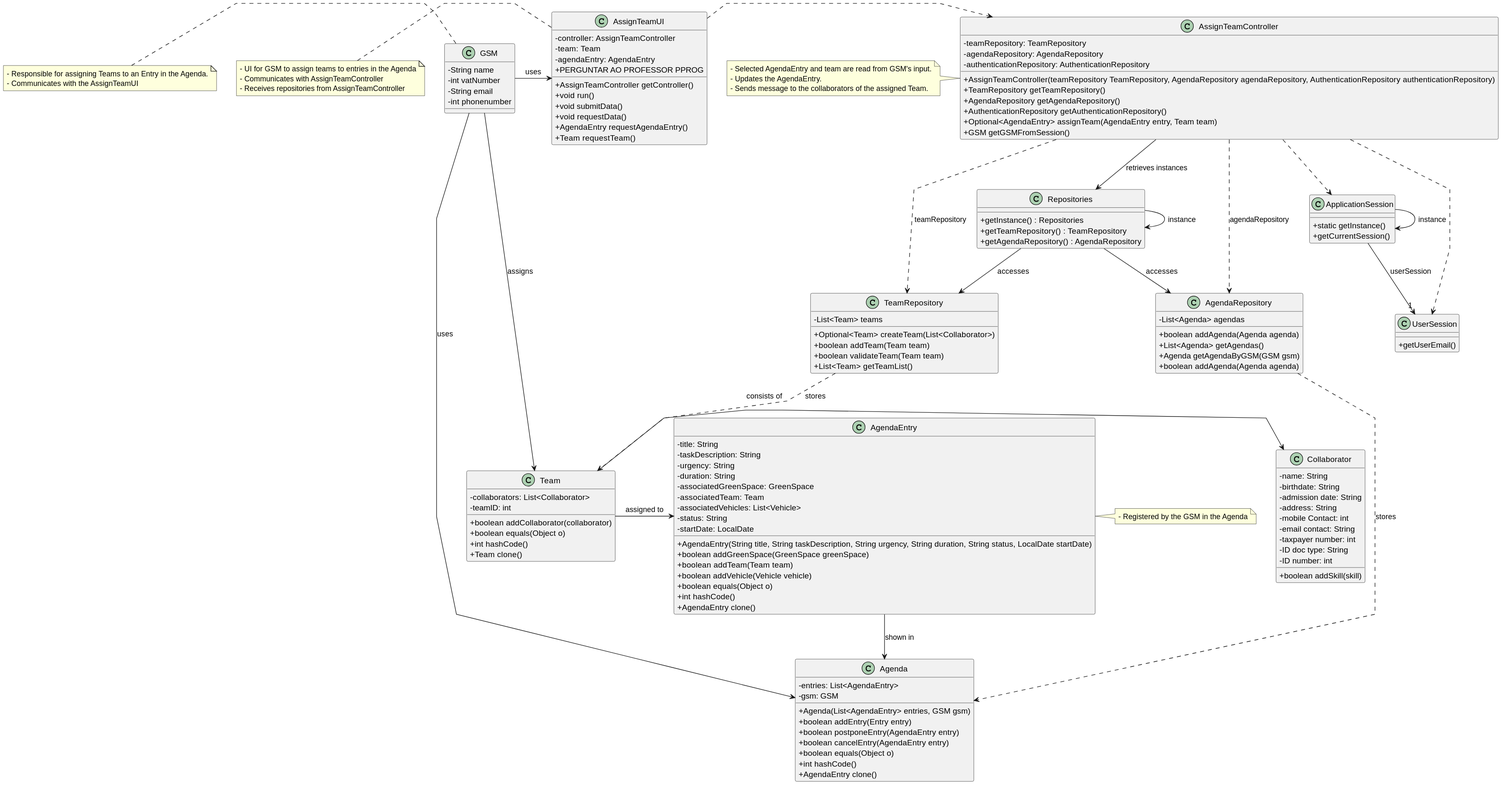
tiagosoa/lei-24-s2-1dgh-g073 keeps this PlantUML diagram as docs/sprint3/us023/03.design/svg/us023-class-diagram.svg. Above is the earlier version. The source it was exported from:
```plantuml
@startuml
skinparam packageStyle rectangle
skinparam shadowing false
skinparam linetype polyline

skinparam classAttributeIconSize 0

class ApplicationSession
{
    + static getInstance()
    + getCurrentSession()
}

class UserSession
{
    + getUserEmail()
}

class Team {
    - collaborators: List<Collaborator>
    - teamID: int
    + boolean addCollaborator(collaborator)
    + boolean equals(Object o)
    + int hashCode()
    + Team clone()
}

class TeamRepository {
       - List<Team> teams
       + Optional<Team> createTeam(List<Collaborator>)
       + boolean addTeam(Team team)
       + boolean validateTeam(Team team)
       + List<Team> getTeamList()
}

class Collaborator {
    - name: String
    - birthdate: String
    - admission date: String
    - address: String
    - mobile Contact: int
    - email contact: String
    - taxpayer number: int
    - ID doc type: String
    - ID number: int
    + boolean addSkill(skill)
}

class AgendaEntry {
    - title: String
    - taskDescription: String
    - urgency: String
    - duration: String
    - associatedGreenSpace: GreenSpace
    - associatedTeam: Team
    - associatedVehicles: List<Vehicle>
    - status: String
    - startDate: LocalDate
    + AgendaEntry(String title, String taskDescription, String urgency, String duration, String status, LocalDate startDate)
    + boolean addGreenSpace(GreenSpace greenSpace)
    + boolean addTeam(Team team)
    + boolean addVehicle(Vehicle vehicle)
    + boolean equals(Object o)
    + int hashCode()
    + AgendaEntry clone()
}

class Agenda {
    - entries: List<AgendaEntry>
    - gsm: GSM
    + Agenda(List<AgendaEntry> entries, GSM gsm)
    + boolean addEntry(Entry entry)
    + boolean postponeEntry(AgendaEntry entry)
    + boolean cancelEntry(AgendaEntry entry)
    + boolean equals(Object o)
    + int hashCode()
    + AgendaEntry clone()
}

class AgendaRepository {
  - List<Agenda> agendas
  + boolean addAgenda(Agenda agenda)
  + List<Agenda> getAgendas()
  + Agenda getAgendaByGSM(GSM gsm)
  + boolean addAgenda(Agenda agenda)
}

class Repositories {
  + getInstance() : Repositories
  + getTeamRepository() : TeamRepository
  + getAgendaRepository() : AgendaRepository
}

class AssignTeamUI {
  - controller: AssignTeamController
  - team: Team
  - agendaEntry: AgendaEntry
  + AssignTeamController getController()
  + void run()
  + void submitData()
  + void requestData()
  + AgendaEntry requestAgendaEntry()
  + Team requestTeam()
  + PERGUNTAR AO PROFESSOR PPROG
}

class AssignTeamController {
  - teamRepository: TeamRepository
  - agendaRepository: AgendaRepository
  - authenticationRepository: AuthenticationRepository
  + AssignTeamController(teamRepository TeamRepository, AgendaRepository agendaRepository, AuthenticationRepository authenticationRepository)
  + TeamRepository getTeamRepository()
  + AgendaRepository getAgendaRepository()
  + AuthenticationRepository getAuthenticationRepository()
  + Optional<AgendaEntry> assignTeam(AgendaEntry entry, Team team)
  + GSM getGSMFromSession()
}

class GSM {
   - String name
   - int vatNumber
   - String email
   - int phonenumber
}

note left of AssignTeamController
  - Selected AgendaEntry and team are read from GSM's input.
  - Updates the AgendaEntry.
  - Sends message to the collaborators of the assigned Team.
end note

note left of GSM
 - Responsible for assigning Teams to an Entry in the Agenda.
 - Communicates with the AssignTeamUI
end note

note left of AssignTeamUI
  - UI for GSM to assign teams to entries in the Agenda
  - Communicates with AssignTeamController
  - Receives repositories from AssignTeamController
end note

note right of AgendaEntry
 - Registered by the GSM in the Agenda
end note

GSM --> Team: assigns
Team -> AgendaEntry: assigned to
Team -> Collaborator: consists of
GSM --> Agenda: uses
AgendaEntry --> Agenda: shown in
GSM -> AssignTeamUI: uses

Repositories -> Repositories : instance
ApplicationSession -> ApplicationSession : instance

AssignTeamUI .> AssignTeamController

AssignTeamController -down-> Repositories : retrieves instances

Repositories -down-> AgendaRepository : accesses
Repositories -down-> TeamRepository : accesses

AssignTeamController ..> TeamRepository : teamRepository
AssignTeamController ..> AgendaRepository : agendaRepository

ApplicationSession --> "1" UserSession : userSession

AssignTeamController ..> ApplicationSession
AssignTeamController ..> UserSession

TeamRepository ..> Team: stores
AgendaRepository ..> Agenda: stores
@enduml
```
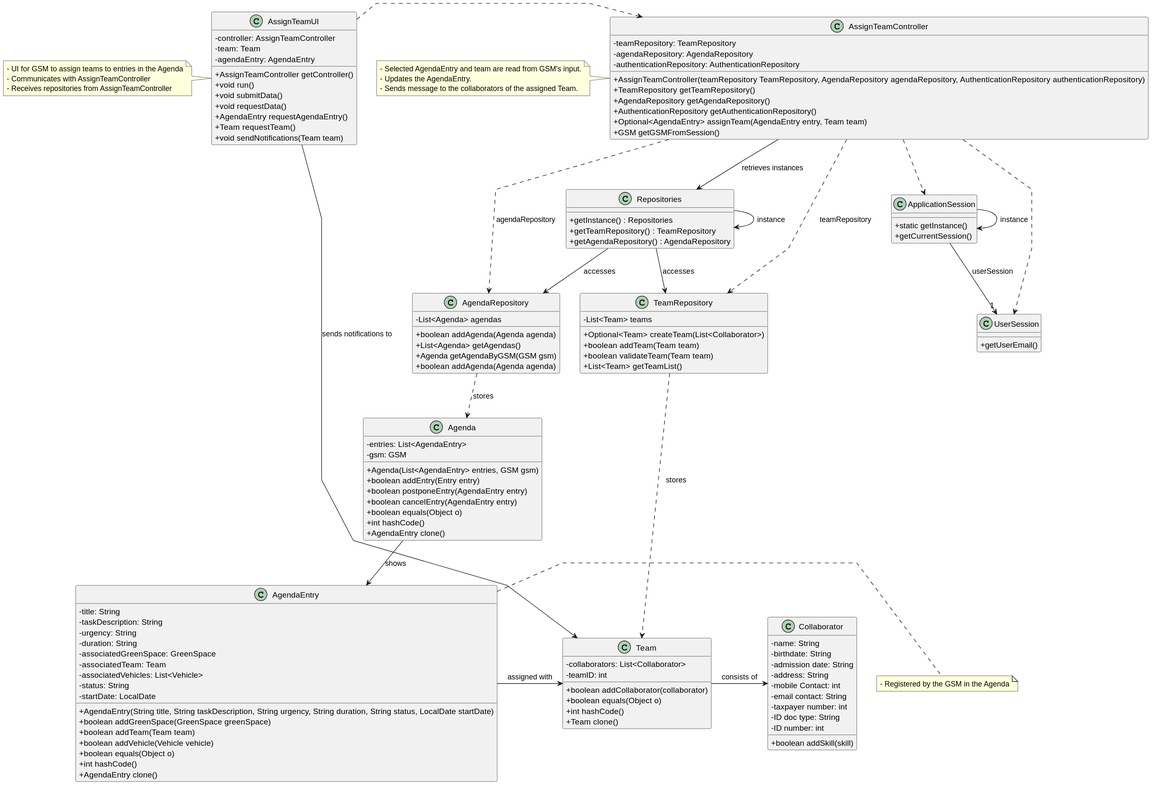
After the change.

Change to the diagram source:
```diff
@@ -101,7 +101,7 @@
   + void requestData()
   + AgendaEntry requestAgendaEntry()
   + Team requestTeam()
-  + PERGUNTAR AO PROFESSOR PPROG
+  + void sendNotifications(Team team)
 }
 
 class AssignTeamController {
@@ -116,22 +116,10 @@
   + GSM getGSMFromSession()
 }
 
-class GSM {
-   - String name
-   - int vatNumber
-   - String email
-   - int phonenumber
-}
-
 note left of AssignTeamController
   - Selected AgendaEntry and team are read from GSM's input.
   - Updates the AgendaEntry.
   - Sends message to the collaborators of the assigned Team.
-end note
-
-note left of GSM
- - Responsible for assigning Teams to an Entry in the Agenda.
- - Communicates with the AssignTeamUI
 end note
 
 note left of AssignTeamUI
@@ -144,12 +132,12 @@
  - Registered by the GSM in the Agenda
 end note
 
-GSM --> Team: assigns
-Team -> AgendaEntry: assigned to
+
+AgendaEntry -> Team: assigned with
 Team -> Collaborator: consists of
-GSM --> Agenda: uses
-AgendaEntry --> Agenda: shown in
-GSM -> AssignTeamUI: uses
+Agenda --> AgendaEntry: shows
+AssignTeamUI -> Team: sends notifications to
+
 
 Repositories -> Repositories : instance
 ApplicationSession -> ApplicationSession : instance
```
